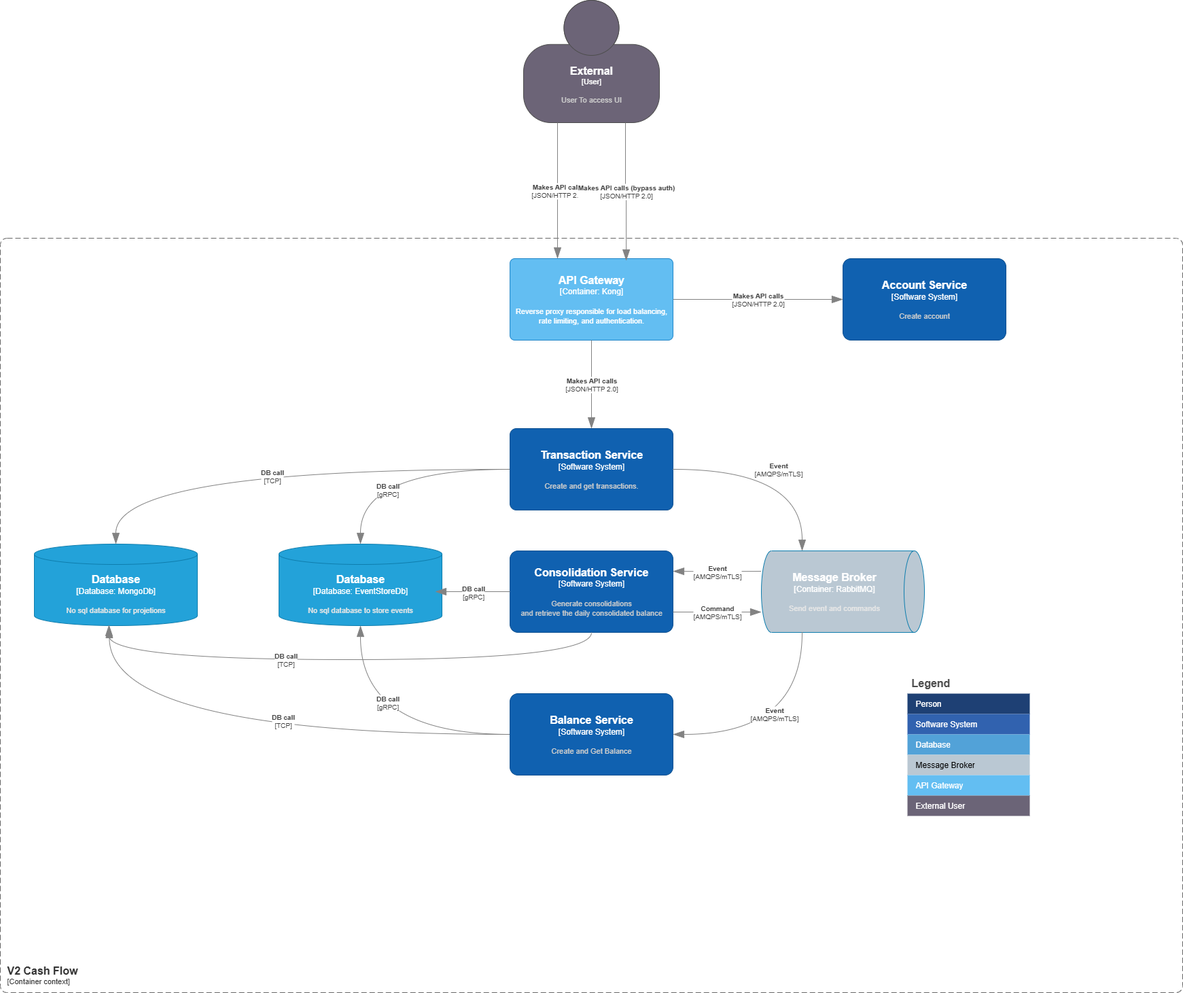
Before: c4_containercontext_cahsflow.png, a diagram exported from draw.io (andreymmonteiro/CashFlow). Source tidied: cells renumbered, new cells last; positions are measured from the earlier drawing's top-left corner, leaving out a move shared by most shapes.
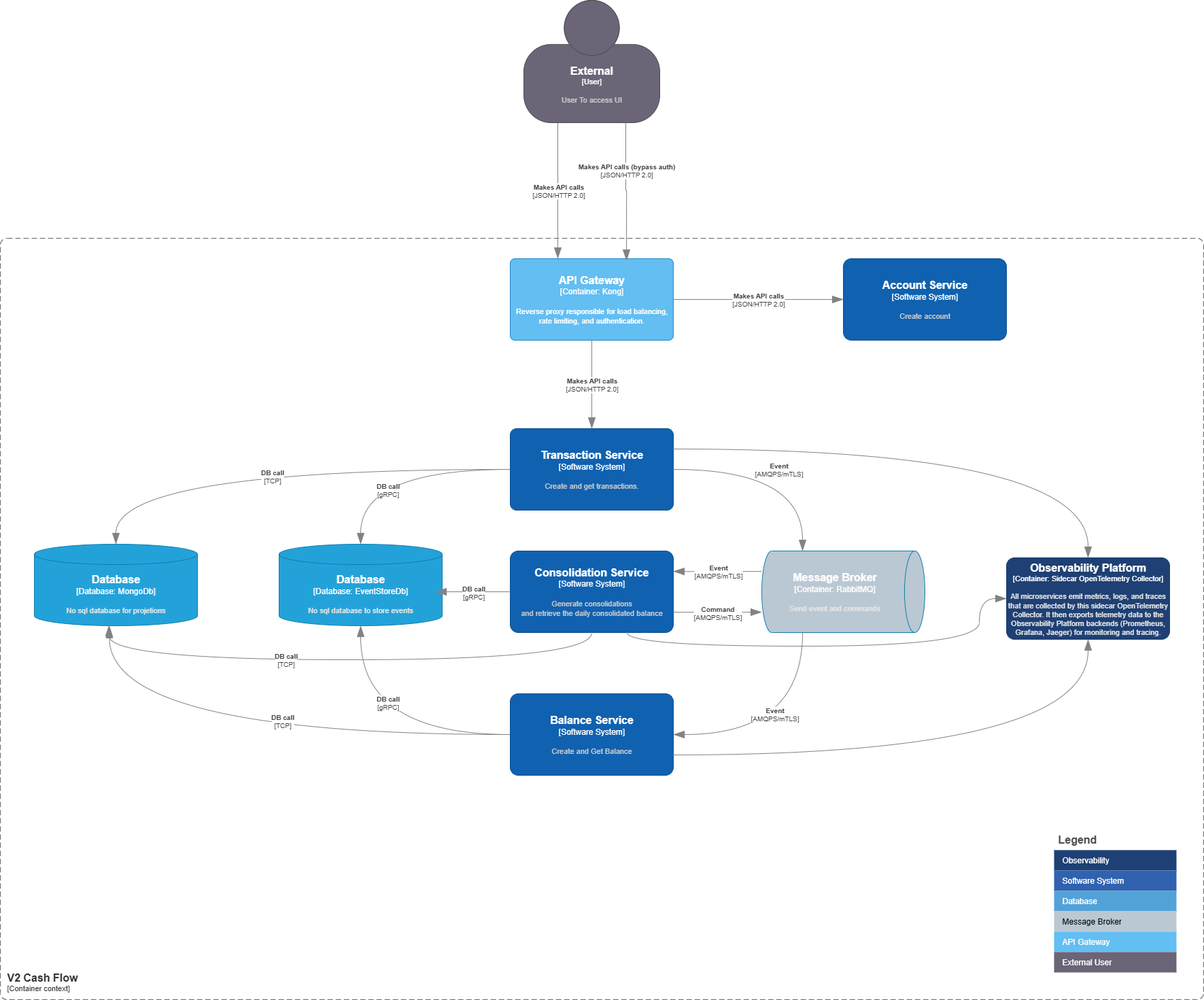
Later version of the same file.

The edit, as a diff of the source:
```diff
@@ -9,16 +9,16 @@
     </object>
     <object id="3" label="&lt;font style=&quot;font-size: 16px&quot;&gt;&lt;b&gt;&lt;div style=&quot;text-align: left&quot;&gt;%c4Name%&lt;/div&gt;&lt;/b&gt;&lt;/font&gt;&lt;div style=&quot;text-align: left&quot;&gt;[%c4Application%]&lt;/div&gt;" c4Application="Container context" c4Name="V2 Cash Flow" c4Type="SystemScopeBoundary" placeholders="1">
       <mxCell style="rounded=1;fontSize=11;whiteSpace=wrap;html=1;dashed=1;arcSize=20;fillColor=none;strokeColor=#666666;fontColor=#333333;labelBackgroundColor=none;align=left;verticalAlign=bottom;labelBorderColor=none;spacingTop=0;spacing=10;dashPattern=8 4;perimeter=rectanglePerimeter;noLabel=0;labelPadding=0;absoluteArcSize=1;" parent="1" vertex="1">
-        <mxGeometry y="350" width="1740" height="1110" as="geometry" />
+        <mxGeometry y="350" width="1770" height="1120" as="geometry" />
       </mxCell>
     </object>
     <mxCell id="4" value="Legend" style="shape=table;startSize=30;fontSize=16;align=left;verticalAlign=top;fillColor=none;strokeColor=none;fontColor=#4D4D4D;fontStyle=1;spacingLeft=6;spacing=0;" parent="1" vertex="1">
-      <mxGeometry x="1335" y="990" width="180" height="210" as="geometry" />
+      <mxGeometry x="1550" y="1220" width="180" height="210" as="geometry" />
     </mxCell>
     <mxCell id="5" style="shape=tableRow;horizontal=0;startSize=0;swimlaneHead=0;swimlaneBody=0;strokeColor=inherit;top=0;left=0;bottom=0;right=0;fillColor=none;fontSize=12;shadow=0;" parent="4" vertex="1">
       <mxGeometry y="30" width="180" height="30" as="geometry" />
     </mxCell>
-    <mxCell id="6" value="Person" style="shape=partialRectangle;html=1;whiteSpace=wrap;strokeColor=inherit;overflow=hidden;fillColor=#1E4074;top=0;left=0;bottom=0;right=0;fontSize=12;align=left;fontColor=#FFFFFF;gradientColor=none;spacingLeft=10;spacingRight=4;shadow=0;" parent="5" vertex="1">
+    <mxCell id="6" value="Observability" style="shape=partialRectangle;html=1;whiteSpace=wrap;strokeColor=inherit;overflow=hidden;fillColor=#1E4074;top=0;left=0;bottom=0;right=0;fontSize=12;align=left;fontColor=#FFFFFF;gradientColor=none;spacingLeft=10;spacingRight=4;shadow=0;" parent="5" vertex="1">
       <mxGeometry width="180" height="30" as="geometry" />
     </mxCell>
     <mxCell id="7" style="shape=tableRow;horizontal=0;startSize=0;swimlaneHead=0;swimlaneBody=0;strokeColor=inherit;top=0;left=0;bottom=0;right=0;fillColor=none;fontSize=12;shadow=0;" parent="4" vertex="1">
@@ -168,7 +168,7 @@
     </object>
     <object id="37" label="&lt;div style=&quot;text-align: left&quot;&gt;&lt;div style=&quot;text-align: center&quot;&gt;&lt;b&gt;%c4Description%&lt;/b&gt;&lt;/div&gt;&lt;div style=&quot;text-align: center&quot;&gt;[%c4Technology%]&lt;/div&gt;&lt;/div&gt;" c4Description="Makes API calls (bypass auth)" c4Technology="JSON/HTTP 2.0" c4Type="Relationship" placeholders="1">
       <mxCell style="endArrow=blockThin;html=1;fontSize=10;fontColor=#404040;strokeWidth=1;endFill=1;strokeColor=#828282;elbow=vertical;endSize=14;startSize=14;jumpStyle=arc;jumpSize=16;rounded=0;edgeStyle=orthogonalEdgeStyle;exitX=0.75;exitY=1;exitDx=0;exitDy=0;exitPerimeter=0;entryX=0.713;entryY=0.025;entryDx=0;entryDy=0;entryPerimeter=0;" parent="1" edge="1" source="2" target="35">
-        <mxGeometry relative="1" as="geometry" />
+        <mxGeometry x="-0.31" y="1" relative="1" as="geometry" />
       </mxCell>
     </object>
     <object id="38" label="&lt;div style=&quot;text-align: left&quot;&gt;&lt;div style=&quot;text-align: center&quot;&gt;&lt;b&gt;%c4Description%&lt;/b&gt;&lt;/div&gt;&lt;div style=&quot;text-align: center&quot;&gt;[%c4Technology%]&lt;/div&gt;&lt;/div&gt;" c4Description="Makes API calls" c4Technology="JSON/HTTP 2.0" c4Type="Relationship" placeholders="1">
@@ -176,5 +176,31 @@
         <mxGeometry relative="1" as="geometry" />
       </mxCell>
     </object>
+    <object id="39" label="&lt;font style=&quot;font-size: 16px&quot;&gt;&lt;b&gt;%c4Name%&lt;/b&gt;&lt;/font&gt;&lt;div&gt;[%c4Type%: %c4Technology%]&lt;/div&gt;&lt;br&gt;&lt;div&gt;&lt;font style=&quot;font-size: 11px&quot;&gt;&lt;font color=&quot;#E6E6E6&quot;&gt;%c4Description%&lt;/font&gt;&lt;/div&gt;" c4Description="All microservices emit metrics, logs, and traces that are collected by this sidecar OpenTelemetry Collector. It then exports telemetry data to the Observability Platform backends (Prometheus, Grafana, Jaeger) for monitoring and tracing." c4Name="Observability Platform" c4Technology="Sidecar OpenTelemetry Collector" c4Type="Container" placeholders="1">
+      <mxCell style="rounded=1;whiteSpace=wrap;html=1;fontSize=11;labelBackgroundColor=none;fillColor=#1E4074;fontColor=#ffffff;align=center;arcSize=10;strokeColor=#1E4074;points=[[0.25,0,0],[0.5,0,0],[0.75,0,0],[1,0.25,0],[1,0.5,0],[1,0.75,0],[0.75,1,0],[0.5,1,0],[0.25,1,0],[0,0.75,0],[0,0.5,0],[0,0.25,0]];" parent="1" vertex="1">
+        <mxGeometry x="1480" y="820" width="240" height="120" as="geometry" />
+      </mxCell>
+    </object>
+    <object id="40" label="" c4Type="Relationship" placeholders="1">
+      <mxCell style="endArrow=blockThin;html=1;fontSize=10;fontColor=#404040;strokeWidth=1;endFill=1;strokeColor=#828282;elbow=vertical;endSize=14;startSize=14;jumpStyle=arc;jumpSize=16;rounded=0;edgeStyle=orthogonalEdgeStyle;exitX=0.715;exitY=0.997;exitDx=0;exitDy=0;exitPerimeter=0;entryX=0;entryY=0.5;entryDx=0;entryDy=0;entryPerimeter=0;curved=1;" parent="1" edge="1" source="20" target="39">
+        <mxGeometry relative="1" as="geometry">
+          <Array as="points">
+            <mxPoint x="922" y="950" />
+            <mxPoint x="1440" y="950" />
+            <mxPoint x="1440" y="880" />
+          </Array>
+        </mxGeometry>
+      </mxCell>
+    </object>
+    <object id="41" label="" c4Type="Relationship" placeholders="1">
+      <mxCell style="endArrow=blockThin;html=1;fontSize=10;fontColor=#404040;strokeWidth=1;endFill=1;strokeColor=#828282;elbow=vertical;endSize=14;startSize=14;jumpStyle=arc;jumpSize=16;rounded=0;edgeStyle=orthogonalEdgeStyle;exitX=1;exitY=0.25;exitDx=0;exitDy=0;exitPerimeter=0;curved=1;" parent="1" edge="1" source="19" target="39">
+        <mxGeometry relative="1" as="geometry" />
+      </mxCell>
+    </object>
+    <object id="42" label="" c4Type="Relationship" placeholders="1">
+      <mxCell style="endArrow=blockThin;html=1;fontSize=10;fontColor=#404040;strokeWidth=1;endFill=1;strokeColor=#828282;elbow=vertical;endSize=14;startSize=14;jumpStyle=arc;jumpSize=16;rounded=0;edgeStyle=orthogonalEdgeStyle;exitX=1;exitY=0.75;exitDx=0;exitDy=0;exitPerimeter=0;entryX=0.5;entryY=1;entryDx=0;entryDy=0;entryPerimeter=0;curved=1;" parent="1" edge="1" source="21" target="39">
+        <mxGeometry relative="1" as="geometry" />
+      </mxCell>
+    </object>
   </root>
 </mxGraphModel>
```
